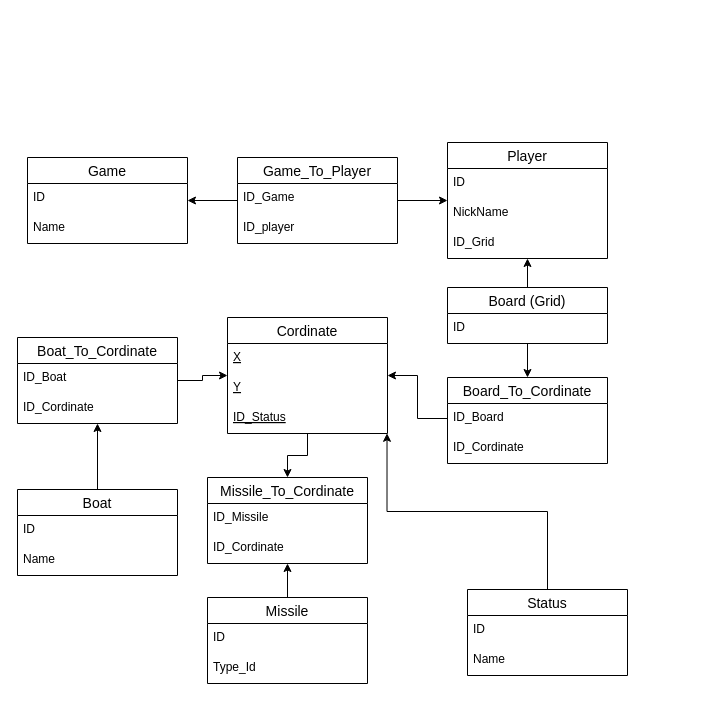
This is classModels.drawio from LucaMaggioli/FlaskCrudNaval, a draw.io file, before an edit. Source tidied: cells renumbered, new cells numbered last; positions are measured from the earlier drawing's top-left corner, leaving out a move shared by most shapes. Both pictures are drawn from the tidied source at 100%, with x=0, y=0 at pixel (17, 142).
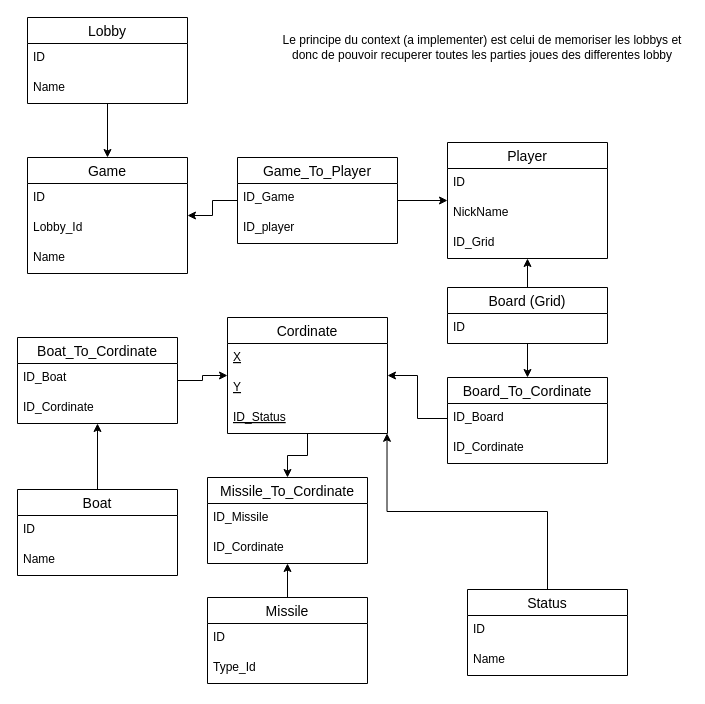
After the change.

The edit, as a diff of the source:
```diff
@@
     <mxCell id="2" value="Game" style="swimlane;fontStyle=0;horizontal=1;startSize=26;align=center;fontSize=14;" parent="1" vertex="1">
-      <mxGeometry x="10" y="15" width="160" height="86" as="geometry" />
+      <mxGeometry x="10" y="15" width="160" height="116" as="geometry" />
     </mxCell>
@@
-    <mxCell id="4" value="Name" style="text;strokeColor=none;fillColor=none;spacingLeft=4;spacingRight=4;overflow=hidden;fontSize=12;" parent="2" vertex="1">
+    <mxCell id="4" value="Lobby_Id" style="text;strokeColor=none;fillColor=none;spacingLeft=4;spacingRight=4;overflow=hidden;fontSize=12;" parent="2" vertex="1">
       <mxGeometry y="56" width="160" height="30" as="geometry" />
     </mxCell>
+    <mxCell id="46" value="Name" style="text;strokeColor=none;fillColor=none;spacingLeft=4;spacingRight=4;overflow=hidden;fontSize=12;" parent="2" vertex="1">
+      <mxGeometry y="86" width="160" height="30" as="geometry" />
+    </mxCell>
@@
+    <mxCell id="47" style="edgeStyle=orthogonalEdgeStyle;rounded=0;jettySize=auto;html=1;" parent="1" edge="1" source="48" target="2">
+      <mxGeometry relative="1" as="geometry" />
+    </mxCell>
+    <mxCell id="48" value="Lobby" style="swimlane;fontStyle=0;horizontal=1;startSize=26;align=center;fontSize=14;" parent="1" vertex="1">
+      <mxGeometry x="10" y="-125" width="160" height="86" as="geometry" />
+    </mxCell>
+    <mxCell id="49" value="ID" style="text;strokeColor=none;fillColor=none;spacingLeft=4;spacingRight=4;overflow=hidden;fontSize=12;" parent="48" vertex="1">
+      <mxGeometry y="26" width="160" height="30" as="geometry" />
+    </mxCell>
+    <mxCell id="50" value="Name" style="text;strokeColor=none;fillColor=none;spacingLeft=4;spacingRight=4;overflow=hidden;fontSize=12;" parent="48" vertex="1">
+      <mxGeometry y="56" width="160" height="30" as="geometry" />
+    </mxCell>
+    <mxCell id="51" value="Le principe du context (a implementer) est celui de memoriser les lobbys et donc de pouvoir recuperer toutes les parties joues des differentes lobby" style="text;html=1;strokeColor=none;fillColor=none;align=center;verticalAlign=middle;whiteSpace=wrap;rounded=0;" parent="1" vertex="1">
+      <mxGeometry x="260" y="-105" width="410" height="20" as="geometry" />
+    </mxCell>
```
